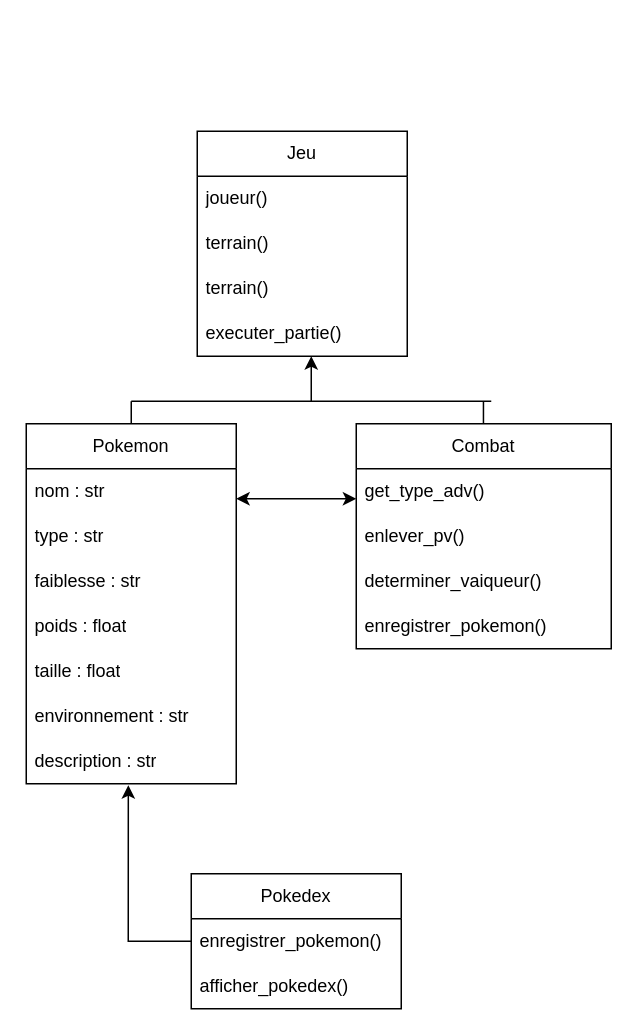
The draw.io diagram Digramme projet Pokemon.drawio in lucas-savioz/Pokemon, before the edit. Source tidied: cells renumbered, new cells numbered last; positions are measured from the earlier drawing's top-left corner, leaving out a move shared by most shapes. Both pictures are drawn from the tidied source at 150%, with x=0, y=0 at pixel (26, 130).
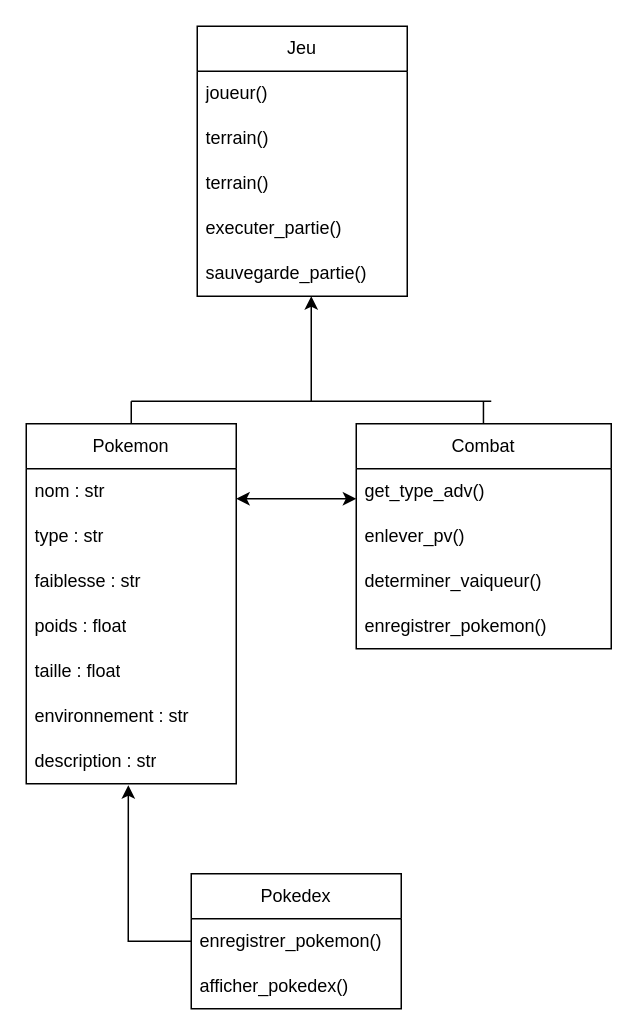
The same diagram, later.

Commit message:
Mettre à jour Digramme projet Pokemon.drawio

The edit, as a diff of the source:
```diff
@@
     <mxCell id="20" value="Jeu" style="swimlane;fontStyle=0;horizontal=1;startSize=30;whiteSpace=wrap;html=1;" parent="1" vertex="1">
-      <mxGeometry x="114" width="140" height="150" as="geometry" />
+      <mxGeometry x="114" y="-70" width="140" height="180" as="geometry" />
     </mxCell>
@@
+    <mxCell id="29" value="&lt;div&gt;sauvegarde_partie()&lt;/div&gt;" style="text;strokeColor=none;fillColor=none;align=left;verticalAlign=middle;spacingLeft=4;spacingRight=4;overflow=hidden;whiteSpace=wrap;html=1;" parent="20" vertex="1">
+      <mxGeometry y="150" width="140" height="30" as="geometry" />
+    </mxCell>
@@
     <mxCell id="28" style="endArrow=classic;html=1;rounded=0;" parent="1" edge="1">
       <mxGeometry relative="1" as="geometry">
         <mxPoint x="190" y="180" as="sourcePoint" />
-        <mxPoint x="190" y="150" as="targetPoint" />
+        <mxPoint x="190" y="110" as="targetPoint" />
       </mxGeometry>
     </mxCell>
```
